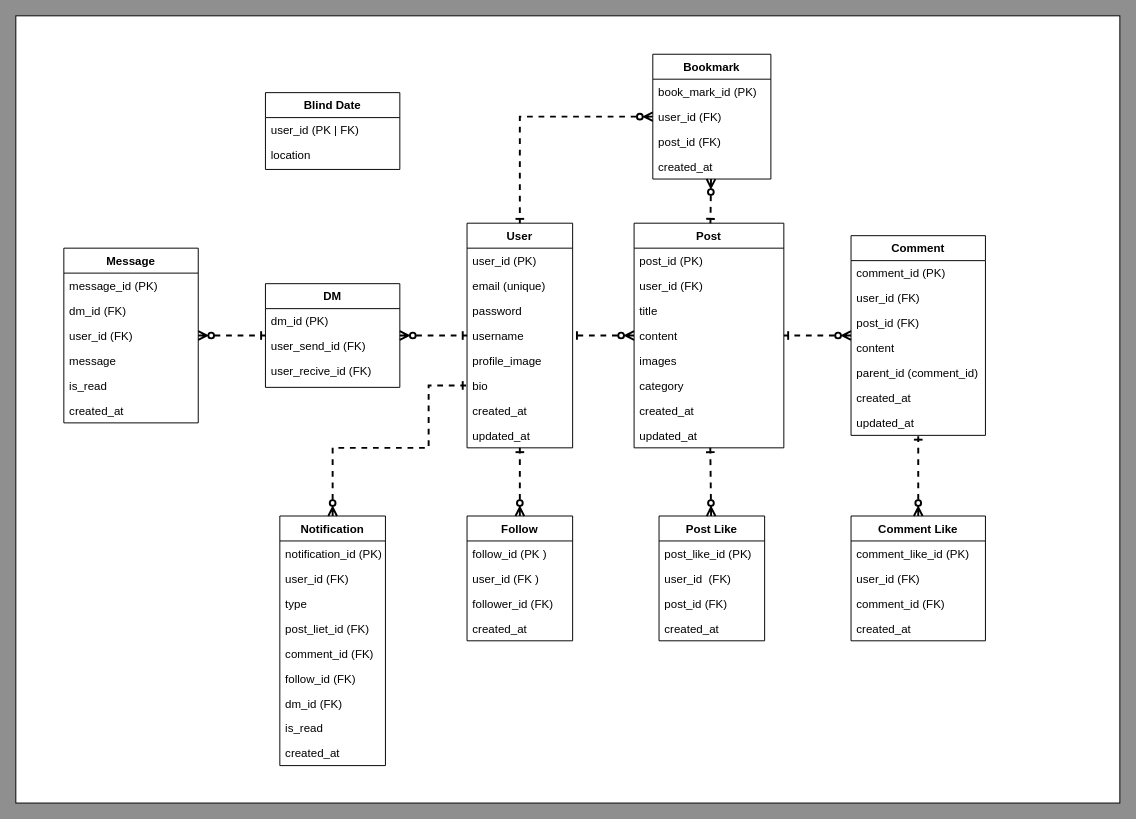
The draw.io diagram node-team-project.drawio in Agratos/node-study, before the edit. Source tidied: cells renumbered, new cells numbered last; positions are measured from the earlier drawing's top-left corner, leaving out a move shared by most shapes. Both pictures are drawn from the tidied source at 96%, with x=0, y=0 at pixel (15, 15).
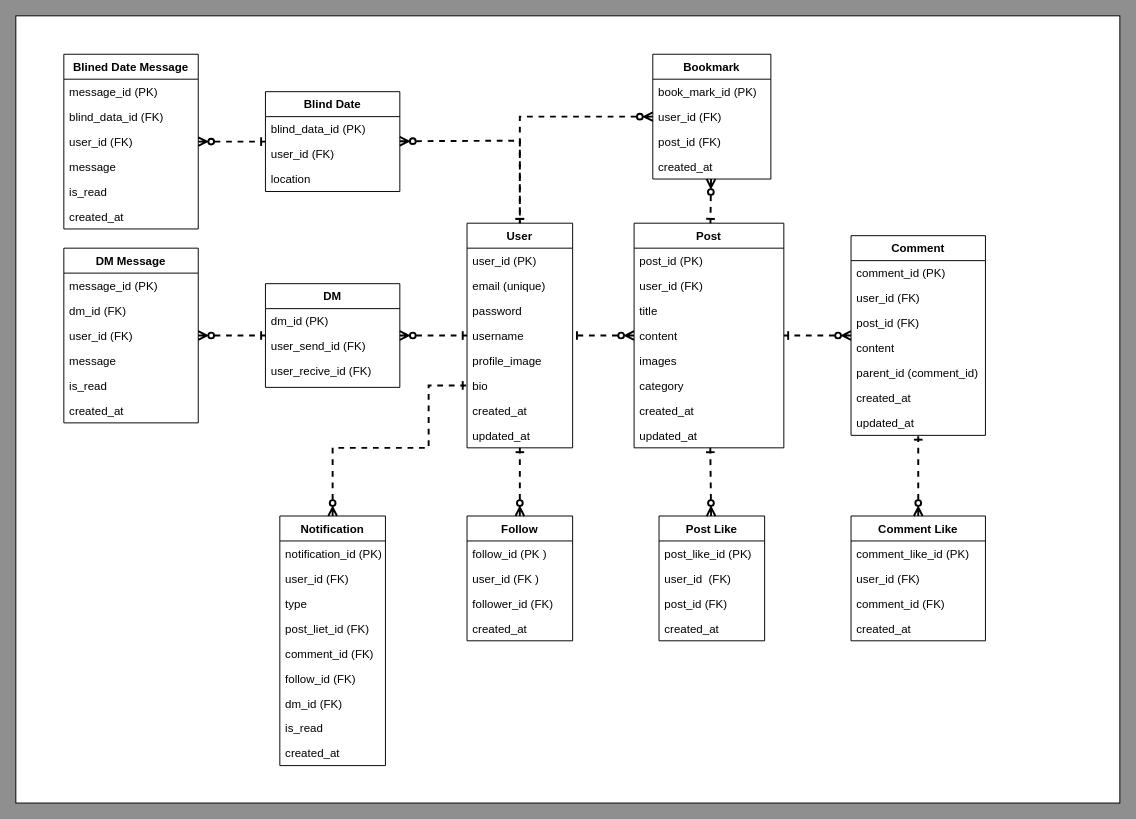
Above is the later version.

Unchanged cells that the change refers to:
```xml
<mxCell id="3" value="User" style="swimlane;fontStyle=1;align=center;verticalAlign=top;horizontal=1;startSize=26;rounded=0;shadow=0;strokeWidth=1;" parent="1" vertex="1">
  <mxGeometry x="470" y="216" width="110" height="234" as="geometry" />
</mxCell>
```

What changed in the source:
```diff
@@
-    <mxCell id="63" value="Message" style="swimlane;fontStyle=1;align=center;verticalAlign=top;horizontal=1;startSize=26;rounded=0;shadow=0;strokeWidth=1;" parent="1" vertex="1">
+    <mxCell id="63" value="DM Message" style="swimlane;fontStyle=1;align=center;verticalAlign=top;horizontal=1;startSize=26;rounded=0;shadow=0;strokeWidth=1;" parent="1" vertex="1">
       <mxGeometry x="50" y="242" width="140" height="182" as="geometry" />
     </mxCell>
@@
     <mxCell id="81" value="Blind Date" style="swimlane;fontStyle=1;align=center;verticalAlign=top;horizontal=1;startSize=26;rounded=0;shadow=0;strokeWidth=1;" parent="1" vertex="1">
-      <mxGeometry x="260" y="80" width="140" height="80" as="geometry" />
+      <mxGeometry x="260" y="79" width="140" height="104" as="geometry" />
     </mxCell>
+    <mxCell id="84" value="blind_data_id (PK)" style="text;align=left;verticalAlign=top;spacingLeft=4;spacingRight=4;overflow=hidden;" parent="81" vertex="1">
+      <mxGeometry y="26" width="140" height="26" as="geometry" />
+    </mxCell>
-    <mxCell id="82" value="user_id (PK | FK)" style="text;align=left;verticalAlign=top;spacingLeft=4;spacingRight=4;overflow=hidden;" parent="81" vertex="1">
-      <mxGeometry y="26" width="140" height="26" as="geometry" />
+    <mxCell id="82" value="user_id (FK)" style="text;align=left;verticalAlign=top;spacingLeft=4;spacingRight=4;overflow=hidden;" parent="81" vertex="1">
+      <mxGeometry y="52" width="140" height="26" as="geometry" />
     </mxCell>
     <mxCell id="83" value="location" style="text;align=left;verticalAlign=top;spacingLeft=4;spacingRight=4;overflow=hidden;" parent="81" vertex="1">
-      <mxGeometry y="52" width="140" height="26" as="geometry" />
+      <mxGeometry y="78" width="140" height="26" as="geometry" />
     </mxCell>
+    <mxCell id="85" value="Blined Date Message" style="swimlane;fontStyle=1;align=center;verticalAlign=top;horizontal=1;startSize=26;rounded=0;shadow=0;strokeWidth=1;" parent="1" vertex="1">
+      <mxGeometry x="50" y="40" width="140" height="182" as="geometry" />
+    </mxCell>
+    <mxCell id="86" value="message_id (PK)" style="text;align=left;verticalAlign=top;spacingLeft=4;spacingRight=4;overflow=hidden;" parent="85" vertex="1">
+      <mxGeometry y="26" width="140" height="26" as="geometry" />
+    </mxCell>
+    <mxCell id="87" value="blind_data_id (FK)" style="text;align=left;verticalAlign=top;spacingLeft=4;spacingRight=4;overflow=hidden;" parent="85" vertex="1">
+      <mxGeometry y="52" width="140" height="26" as="geometry" />
+    </mxCell>
+    <mxCell id="88" value="user_id (FK)" style="text;align=left;verticalAlign=top;spacingLeft=4;spacingRight=4;overflow=hidden;" parent="85" vertex="1">
+      <mxGeometry y="78" width="140" height="26" as="geometry" />
+    </mxCell>
+    <mxCell id="89" value="message" style="text;align=left;verticalAlign=top;spacingLeft=4;spacingRight=4;overflow=hidden;" parent="85" vertex="1">
+      <mxGeometry y="104" width="140" height="26" as="geometry" />
+    </mxCell>
+    <mxCell id="90" value="is_read" style="text;align=left;verticalAlign=top;spacingLeft=4;spacingRight=4;overflow=hidden;" parent="85" vertex="1">
+      <mxGeometry y="130" width="140" height="26" as="geometry" />
+    </mxCell>
+    <mxCell id="91" value="created_at" style="text;align=left;verticalAlign=top;spacingLeft=4;spacingRight=4;overflow=hidden;" parent="85" vertex="1">
+      <mxGeometry y="156" width="140" height="26" as="geometry" />
+    </mxCell>
+    <mxCell id="92" style="endArrow=ERone;html=1;strokeWidth=2;rounded=0;endFill=0;startArrow=ERzeroToMany;startFill=0;strokeColor=default;dashed=1;" parent="1" edge="1" source="85" target="81">
+      <mxGeometry relative="1" as="geometry" />
+    </mxCell>
+    <mxCell id="93" style="endArrow=ERone;html=1;strokeWidth=2;rounded=0;endFill=0;startArrow=ERzeroToMany;startFill=0;strokeColor=default;dashed=1;" parent="1" edge="1" source="81" target="3">
+      <mxGeometry relative="1" as="geometry">
+        <Array as="points">
+          <mxPoint x="525" y="130" />
+        </Array>
+      </mxGeometry>
+    </mxCell>
```
